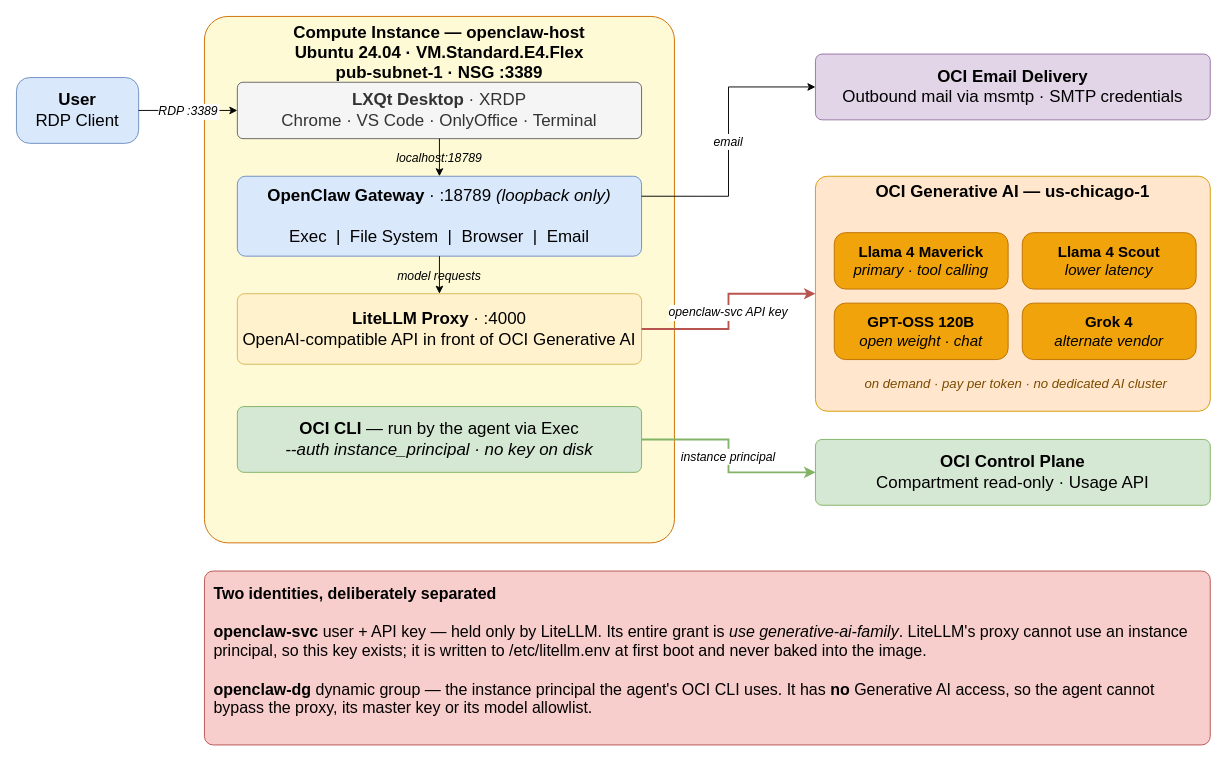
Earlier version of the draw.io diagram oci-openclaw.drawio (mamonaco1973/oci-openclaw). Source tidied: cells renumbered, new cells numbered last; positions are measured from the earlier drawing's top-left corner, leaving out a move shared by most shapes. Both pictures are drawn from the tidied source at 94%, with x=0, y=0 at pixel (16, 16).
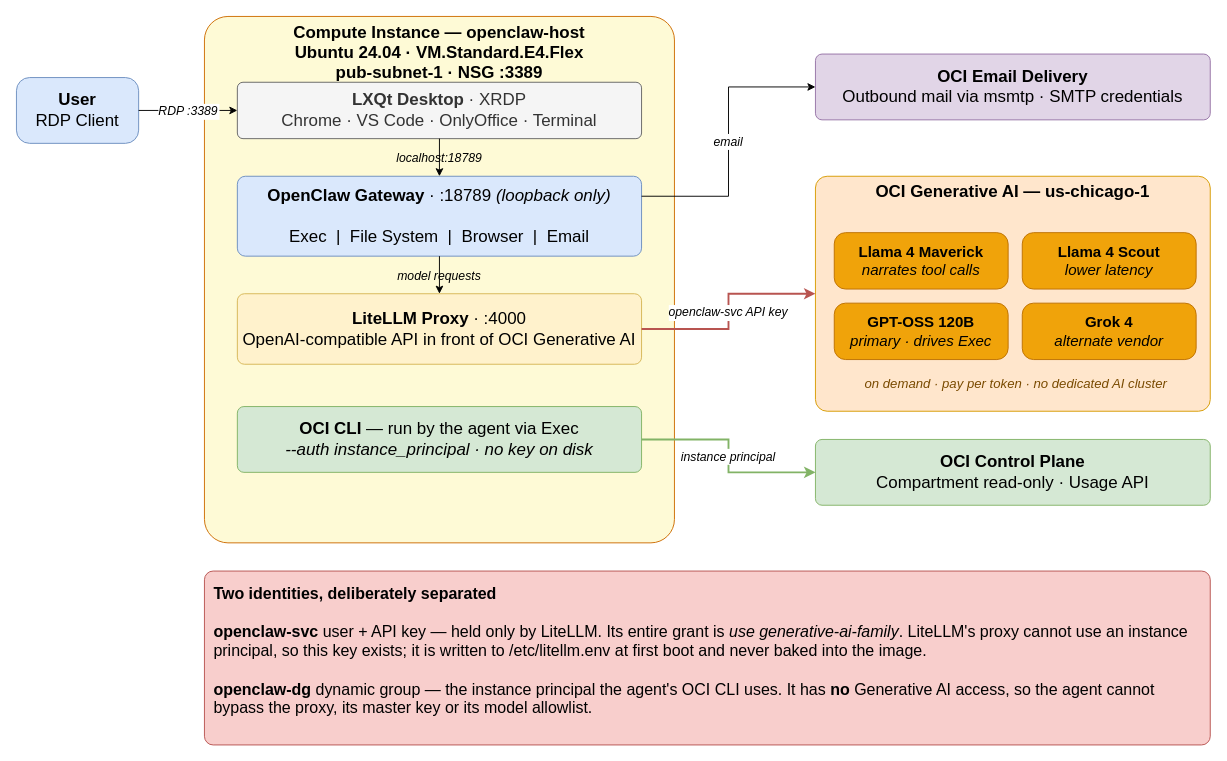
Above is the later version.

The edit, as a diff of the source:
```diff
@@
-    <mxCell id="10" value="&lt;font style=&quot;font-size: 16px;&quot;&gt;&lt;b&gt;Llama 4 Maverick&lt;/b&gt;&lt;br&gt;&lt;i&gt;primary · tool calling&lt;/i&gt;&lt;/font&gt;" style="rounded=1;whiteSpace=wrap;html=1;fillColor=#f0a30a;fontColor=#000000;strokeColor=#BD7000;fontSize=11;arcSize=20;" parent="1" vertex="1">
+    <mxCell id="10" value="&lt;font style=&quot;font-size: 16px;&quot;&gt;&lt;b&gt;Llama 4 Maverick&lt;/b&gt;&lt;br&gt;&lt;i&gt;narrates tool calls&lt;/i&gt;&lt;/font&gt;" style="rounded=1;whiteSpace=wrap;html=1;fillColor=#f0a30a;fontColor=#000000;strokeColor=#BD7000;fontSize=11;arcSize=20;" parent="1" vertex="1">
       <mxGeometry x="870" y="230" width="185" height="60" as="geometry" />
     </mxCell>
@@
-    <mxCell id="12" value="&lt;font style=&quot;font-size: 16px;&quot;&gt;&lt;b&gt;GPT-OSS 120B&lt;/b&gt;&lt;br&gt;&lt;i&gt;open weight · chat&lt;/i&gt;&lt;/font&gt;" style="rounded=1;whiteSpace=wrap;html=1;fillColor=#f0a30a;fontColor=#000000;strokeColor=#BD7000;fontSize=11;arcSize=20;" parent="1" vertex="1">
+    <mxCell id="12" value="&lt;font style=&quot;font-size: 16px;&quot;&gt;&lt;b&gt;GPT-OSS 120B&lt;/b&gt;&lt;br&gt;&lt;i&gt;primary · drives Exec&lt;/i&gt;&lt;/font&gt;" style="rounded=1;whiteSpace=wrap;html=1;fillColor=#f0a30a;fontColor=#000000;strokeColor=#BD7000;fontSize=11;arcSize=20;" parent="1" vertex="1">
       <mxGeometry x="870" y="305" width="185" height="60" as="geometry" />
     </mxCell>
```
